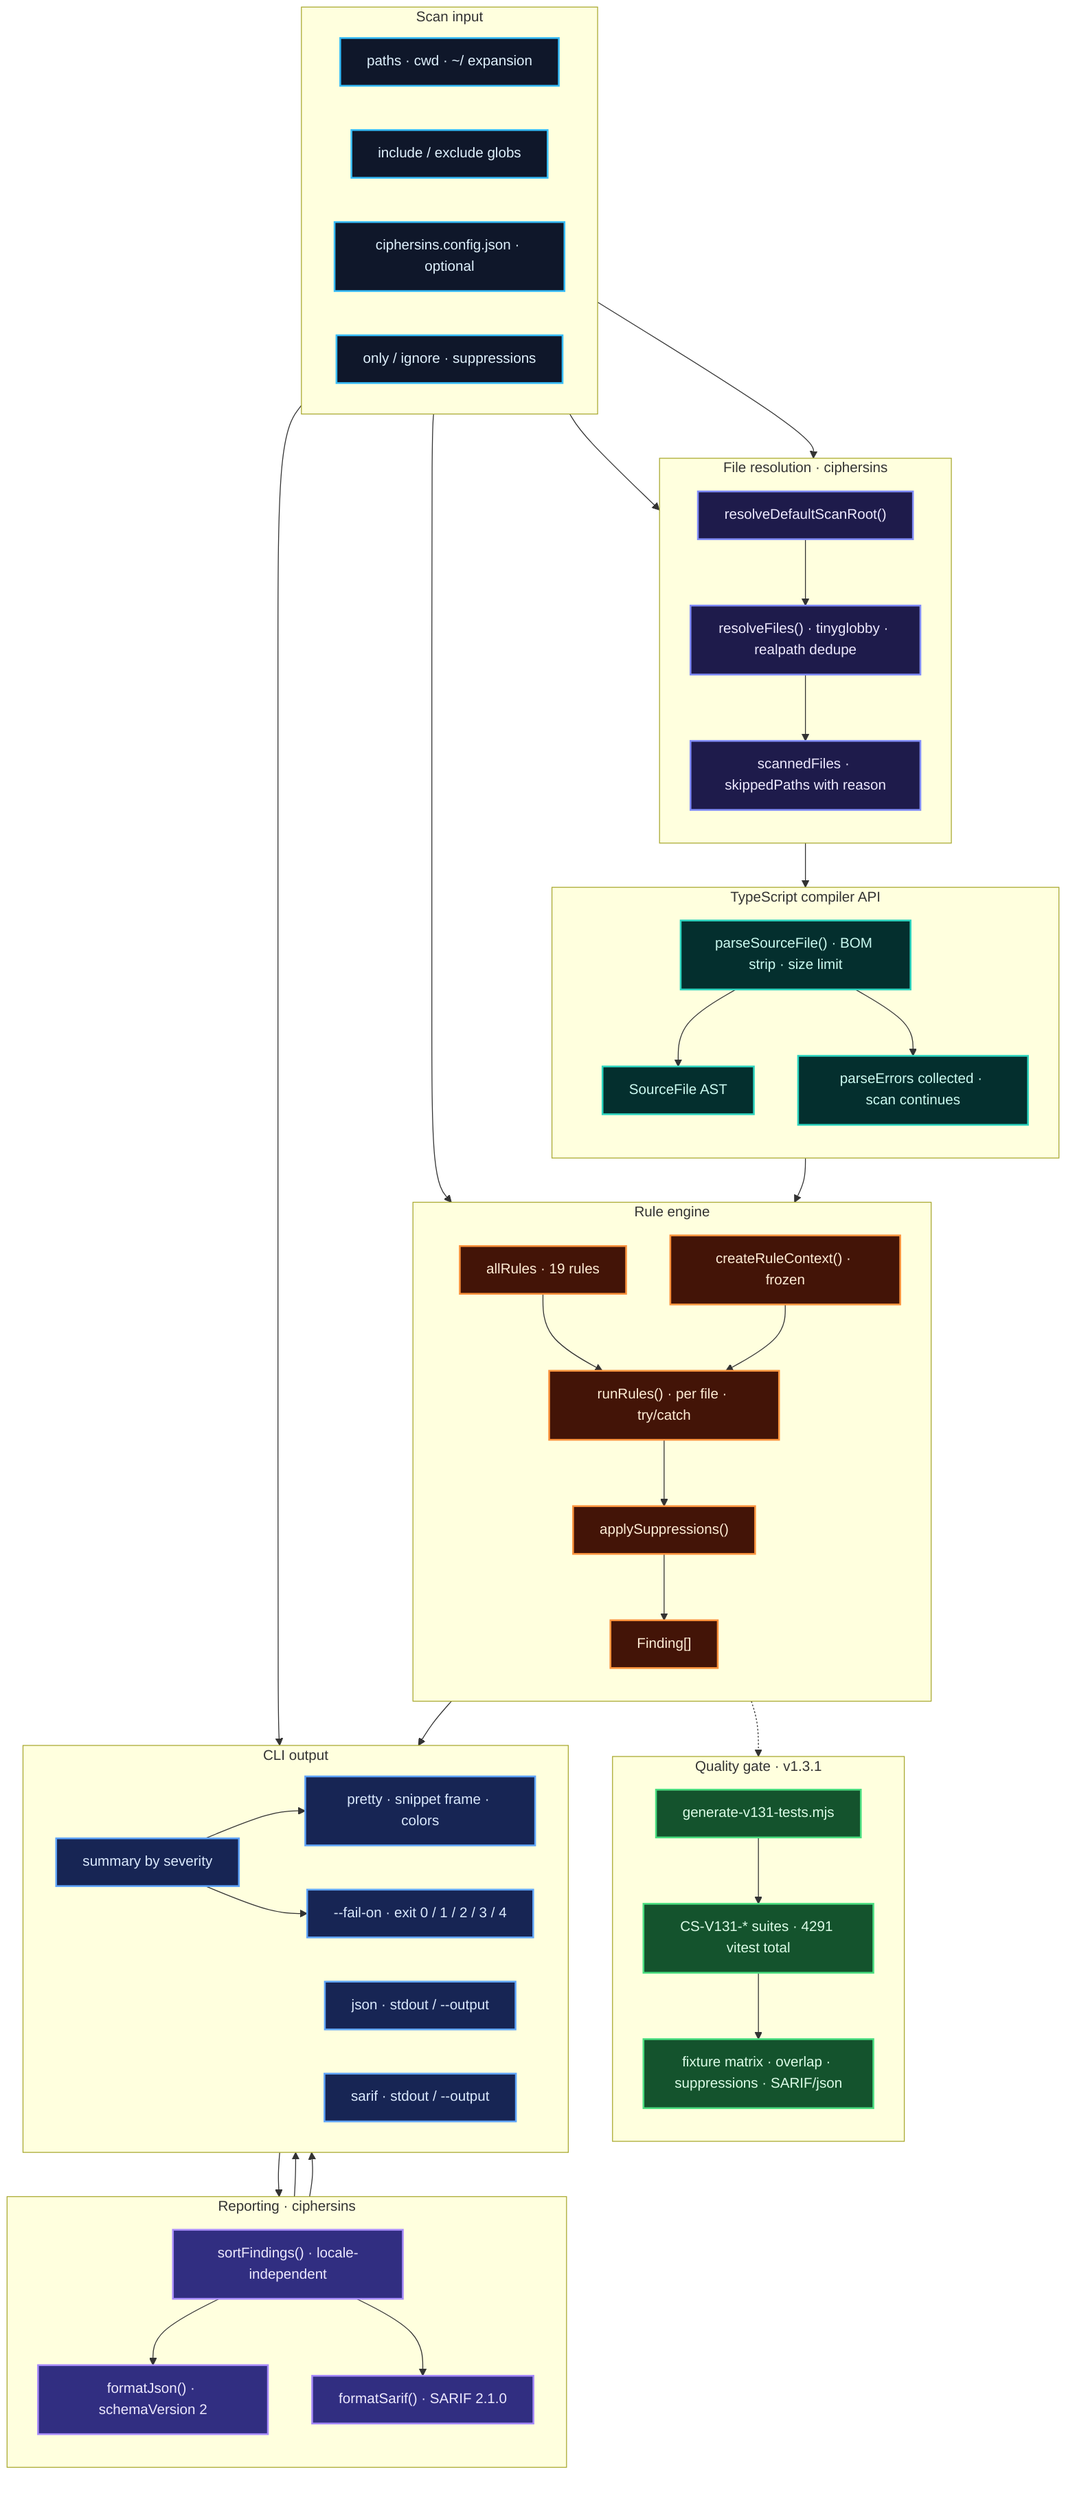
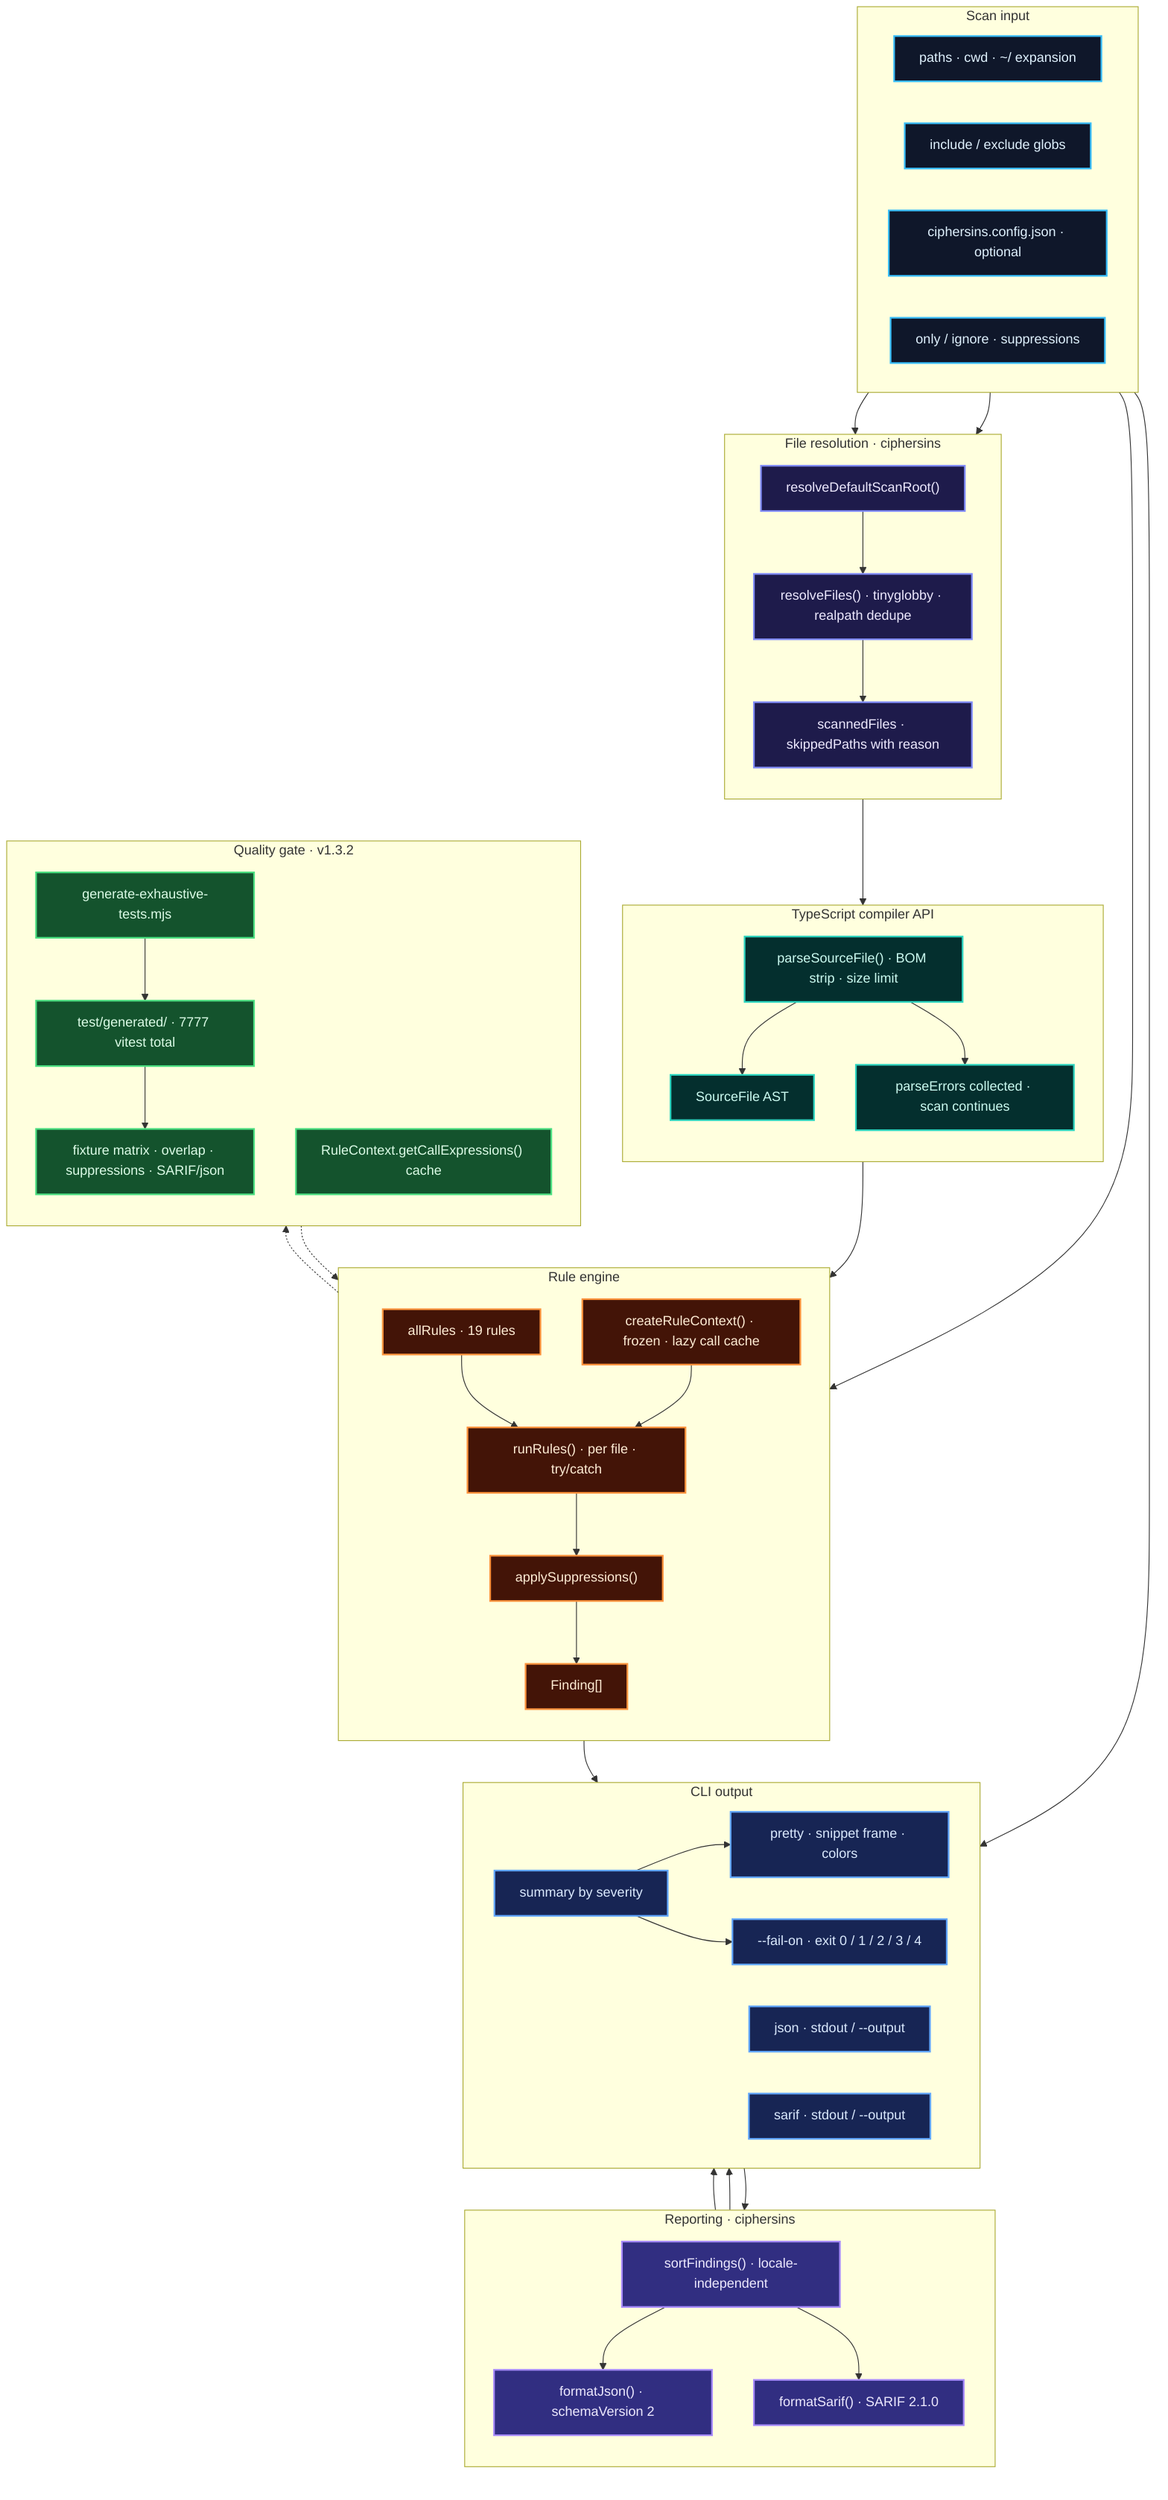
flowchart TB
	subgraph INPUT["Scan input"]
		direction LR
		PATHS["paths · cwd · ~/ expansion"]
		GLOBS["include / exclude globs"]
		CONFIG["ciphersins.config.json · optional"]
		FILTERS["only / ignore · suppressions"]
	end

	subgraph RESOLVE["File resolution · ciphersins"]
		direction TB
		ROOT["resolveDefaultScanRoot()"]
		RF["resolveFiles() · tinyglobby · realpath dedupe"]
		META["scannedFiles · skippedPaths with reason"]
		ROOT --> RF --> META
	end

	subgraph PARSE["TypeScript compiler API"]
		direction TB
		PSF["parseSourceFile() · BOM strip · size limit"]
		SF["SourceFile AST"]
		ERR["parseErrors collected · scan continues"]
		PSF --> SF
		PSF --> ERR
	end

	subgraph RULES["Rule engine"]
		direction TB
		REG["allRules · 19 rules"]
- 		CTX["createRuleContext() · frozen"]
+ 		CTX["createRuleContext() · frozen · lazy call cache"]
		RUN["runRules() · per file · try/catch"]
		SUP["applySuppressions()"]
		REG --> RUN
		CTX --> RUN
		RUN --> SUP
		SUP --> FINDINGS["Finding[]"]
	end

	subgraph REPORT["Reporting · ciphersins"]
		direction TB
		SORT["sortFindings() · locale-independent"]
		JSON["formatJson() · schemaVersion 2"]
		SARIF["formatSarif() · SARIF 2.1.0"]
		SORT --> JSON
		SORT --> SARIF
	end

- 	subgraph QA["Quality gate · v1.3.1"]
+ 	subgraph QA["Quality gate · v1.3.2"]
		direction TB
- 		GEN["generate-v131-tests.mjs"]
- 		V131["CS-V131-* suites · 4291 vitest total"]
+ 		GEN["generate-exhaustive-tests.mjs"]
+ 		GENOUT["test/generated/ · 7777 vitest total"]
+ 		CACHE["RuleContext.getCallExpressions() cache"]
		FIX["fixture matrix · overlap · suppressions · SARIF/json"]
- 		GEN --> V131 --> FIX
+ 		GEN --> GENOUT --> FIX
+ 		CACHE -.-> RUN
	end

	subgraph OUTPUT["CLI output"]
		direction LR
		SUM["summary by severity"]
		PRETTY["pretty · snippet frame · colors"]
		JOUT["json · stdout / --output"]
		SOUT["sarif · stdout / --output"]
		FAIL["--fail-on · exit 0 / 1 / 2 / 3 / 4"]
	end

	PATHS --> ROOT
	GLOBS --> RF
	CONFIG --> FAIL
	FILTERS --> RUN
	META --> PSF
	SF --> CTX
	FINDINGS --> SUM
	SUM --> SORT
	JSON --> JOUT
	SARIF --> SOUT
	SUM --> PRETTY
	SUM --> FAIL
- 	RUN -.-> V131
+ 	RUN -.-> GENOUT

	classDef input fill:#0f172a,stroke:#38bdf8,stroke-width:2px,color:#e0f2fe
	classDef resolve fill:#1e1b4b,stroke:#818cf8,stroke-width:2px,color:#ede9fe
	classDef parse fill:#042f2e,stroke:#2dd4bf,stroke-width:2px,color:#ccfbf1
	classDef rules fill:#431407,stroke:#fb923c,stroke-width:2px,color:#ffedd5
	classDef report fill:#312e81,stroke:#a78bfa,stroke-width:2px,color:#ede9fe
	classDef output fill:#172554,stroke:#60a5fa,stroke-width:2px,color:#dbeafe

	class PATHS,GLOBS,CONFIG,FILTERS input
	class ROOT,RF,META resolve
	class PSF,SF,ERR parse
	class REG,CTX,RUN,SUP,FINDINGS rules
	class SORT,JSON,SARIF report
	class SUM,PRETTY,JOUT,SOUT,FAIL output
- 	class GEN,V131,FIX qa
+ 	class GEN,GENOUT,CACHE,FIX qa

	classDef qa fill:#14532d,stroke:#4ade80,stroke-width:2px,color:#dcfce7
